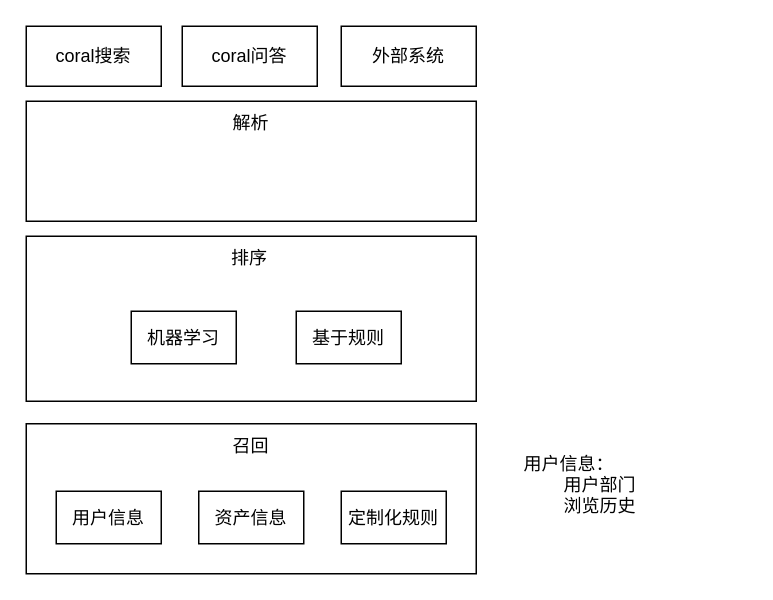
Earlier version of the draw.io diagram llm-搜索新架构.drawio (FlyThroughAir/DrawHere). Source tidied: cells renumbered, new cells numbered last; positions are measured from the earlier drawing's top-left corner, leaving out a move shared by most shapes. Both pictures are drawn from the tidied source at 150%, with x=0, y=0 at pixel (26, 26).
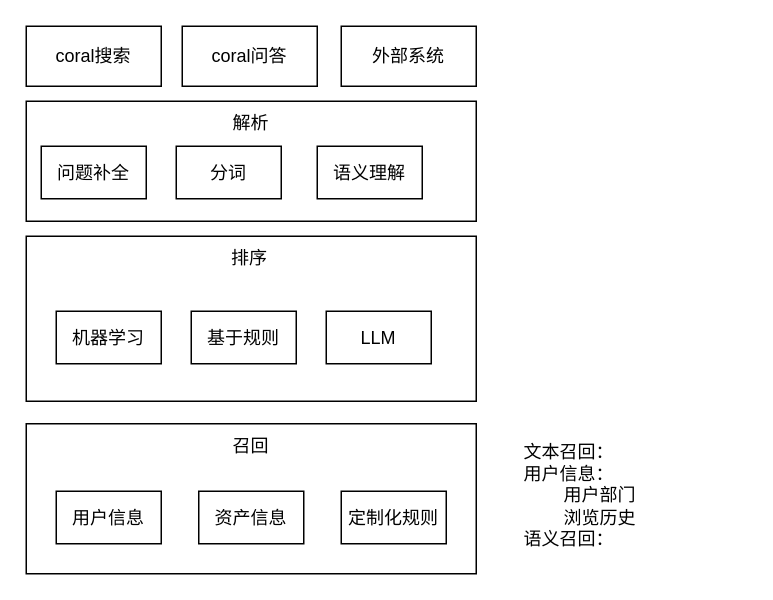
After the change.

Commit message:
更新llm-搜索新架构.drawio

Change to the diagram source:
```diff
@@
     <mxCell id="14" value="机器学习" style="rounded=0;whiteSpace=wrap;html=1;" parent="1" vertex="1">
-      <mxGeometry x="70" y="190" width="70" height="35" as="geometry" />
+      <mxGeometry x="20" y="190" width="70" height="35" as="geometry" />
     </mxCell>
     <mxCell id="15" value="基于规则" style="rounded=0;whiteSpace=wrap;html=1;" parent="1" vertex="1">
-      <mxGeometry x="180" y="190" width="70" height="35" as="geometry" />
+      <mxGeometry x="110" y="190" width="70" height="35" as="geometry" />
     </mxCell>
-    <mxCell id="16" value="&lt;div&gt;用户信息：&lt;/div&gt;&lt;span style=&quot;white-space: pre;&quot;&gt;&#9;&lt;/span&gt;用户部门&lt;div&gt;&lt;span style=&quot;white-space: pre;&quot;&gt;&#9;&lt;/span&gt;浏览历史&lt;/div&gt;&lt;div&gt;&lt;span style=&quot;white-space: pre;&quot;&gt;&lt;span style=&quot;white-space: pre;&quot;&gt;&#9;&lt;/span&gt;&#9;&lt;/span&gt;&lt;br&gt;&lt;/div&gt;&lt;div&gt;&lt;br&gt;&lt;/div&gt;" style="text;html=1;align=left;verticalAlign=middle;whiteSpace=wrap;rounded=0;" parent="1" vertex="1">
+    <mxCell id="16" value="&lt;div&gt;文本召回：&lt;/div&gt;&lt;div&gt;用户信息：&lt;/div&gt;&lt;span style=&quot;white-space: pre;&quot;&gt;&#9;&lt;/span&gt;用户部门&lt;div&gt;&lt;span style=&quot;white-space: pre;&quot;&gt;&#9;&lt;/span&gt;浏览历史&lt;/div&gt;&lt;div&gt;语义召回：&lt;/div&gt;&lt;div&gt;&lt;br&gt;&lt;/div&gt;" style="text;html=1;align=left;verticalAlign=middle;whiteSpace=wrap;rounded=0;" parent="1" vertex="1">
       <mxGeometry x="330" y="275" width="150" height="90" as="geometry" />
     </mxCell>
+    <mxCell id="17" value="LLM" style="rounded=0;whiteSpace=wrap;html=1;" parent="1" vertex="1">
+      <mxGeometry x="200" y="190" width="70" height="35" as="geometry" />
+    </mxCell>
+    <mxCell id="18" value="问题补全" style="rounded=0;whiteSpace=wrap;html=1;" parent="1" vertex="1">
+      <mxGeometry x="10" y="80" width="70" height="35" as="geometry" />
+    </mxCell>
+    <mxCell id="19" value="分词" style="rounded=0;whiteSpace=wrap;html=1;" parent="1" vertex="1">
+      <mxGeometry x="100" y="80" width="70" height="35" as="geometry" />
+    </mxCell>
+    <mxCell id="20" value="语义理解" style="rounded=0;whiteSpace=wrap;html=1;" parent="1" vertex="1">
+      <mxGeometry x="194" y="80" width="70" height="35" as="geometry" />
+    </mxCell>
```
